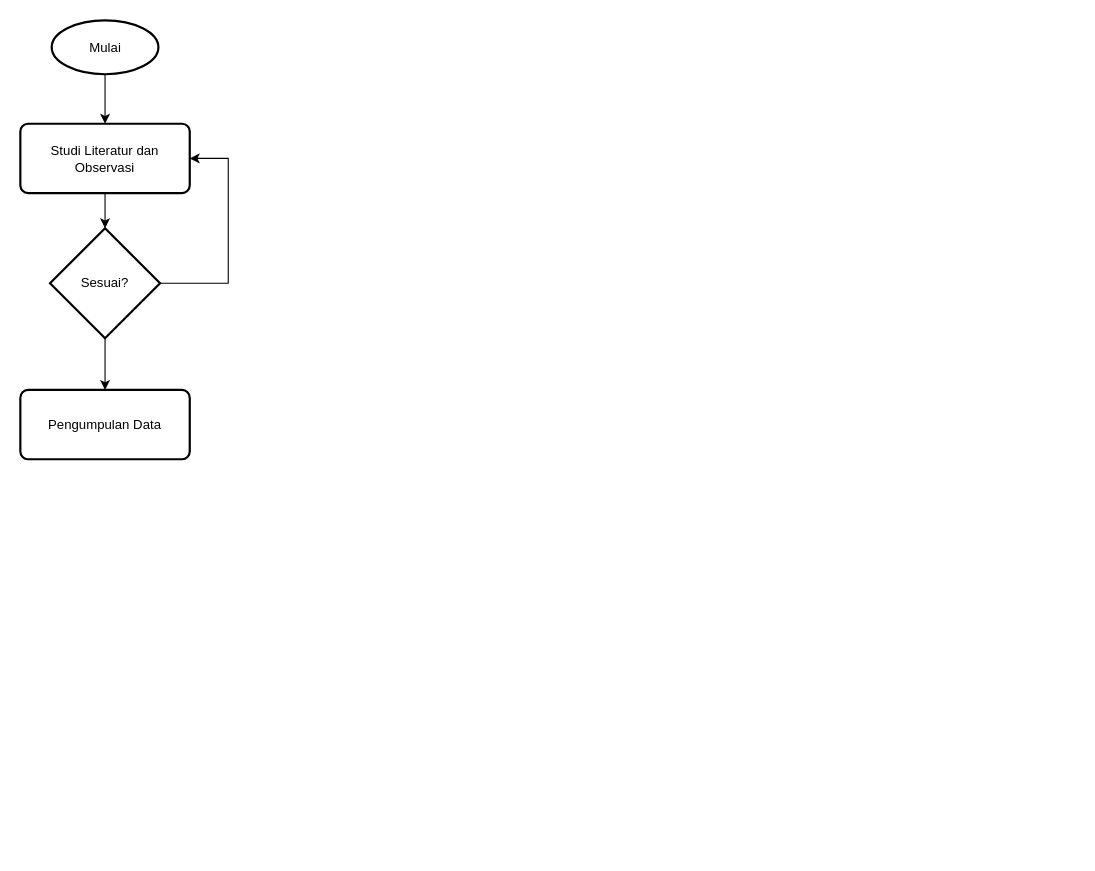
The draw.io diagram activity diagram.drawio in novrinaulia/drawio, before the edit. Source tidied: cells renumbered, new cells numbered last; positions are measured from the earlier drawing's top-left corner, leaving out a move shared by most shapes. Both pictures are drawn from the tidied source at 110%, with x=0, y=0 at pixel (20, 20).
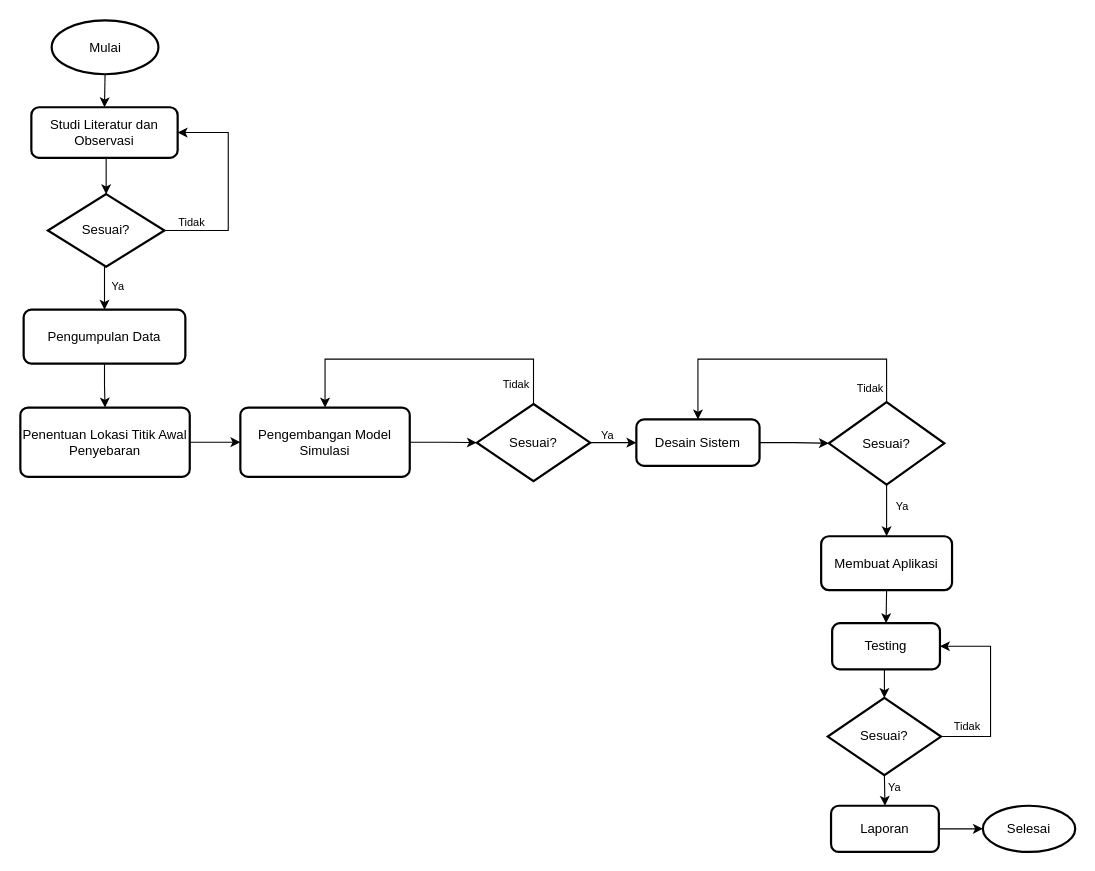
Above is the later version.

Change to the diagram source:
```diff
@@
     <mxCell id="5" value="Studi Literatur dan Observasi" style="rounded=1;whiteSpace=wrap;html=1;absoluteArcSize=1;arcSize=14;strokeWidth=2;" parent="1" vertex="1">
-      <mxGeometry y="94" width="154" height="63" as="geometry" />
+      <mxGeometry x="10" y="79" width="133" height="46" as="geometry" />
     </mxCell>
     <mxCell id="6" style="edgeStyle=orthogonalEdgeStyle;rounded=0;jettySize=auto;html=1;exitX=1;exitY=0.5;exitDx=0;exitDy=0;exitPerimeter=0;entryX=1;entryY=0.5;entryDx=0;entryDy=0;" parent="1" edge="1" source="8" target="5">
       <mxGeometry relative="1" as="geometry">
         <Array as="points">
-          <mxPoint x="189" y="239" />
-          <mxPoint x="189" y="126" />
+          <mxPoint x="189" y="191" />
+          <mxPoint x="189" y="102" />
         </Array>
       </mxGeometry>
     </mxCell>
@@
     <mxCell id="8" value="Sesuai?" style="strokeWidth=2;html=1;shape=mxgraph.flowchart.decision;whiteSpace=wrap;" parent="1" vertex="1">
-      <mxGeometry x="27" y="189" width="100" height="100" as="geometry" />
+      <mxGeometry x="25" y="158" width="106" height="66" as="geometry" />
     </mxCell>
+    <mxCell id="10" style="edgeStyle=orthogonalEdgeStyle;rounded=0;jettySize=auto;html=1;exitX=0.5;exitY=1;exitDx=0;exitDy=0;entryX=0.5;entryY=0;entryDx=0;entryDy=0;" parent="1" edge="1" source="9" target="12">
+      <mxGeometry relative="1" as="geometry" />
+    </mxCell>
     <mxCell id="9" value="Pengumpulan Data" style="rounded=1;whiteSpace=wrap;html=1;absoluteArcSize=1;arcSize=14;strokeWidth=2;" parent="1" vertex="1">
-      <mxGeometry y="336" width="154" height="63" as="geometry" />
+      <mxGeometry x="3" y="263" width="147" height="49" as="geometry" />
     </mxCell>
+    <mxCell id="11" style="edgeStyle=orthogonalEdgeStyle;rounded=0;jettySize=auto;html=1;exitX=1;exitY=0.5;exitDx=0;exitDy=0;entryX=0;entryY=0.5;entryDx=0;entryDy=0;" parent="1" edge="1" source="12" target="14">
+      <mxGeometry relative="1" as="geometry" />
+    </mxCell>
+    <mxCell id="12" value="Penentuan Lokasi Titik Awal Penyebaran" style="rounded=1;whiteSpace=wrap;html=1;absoluteArcSize=1;arcSize=14;strokeWidth=2;" parent="1" vertex="1">
+      <mxGeometry y="352" width="154" height="63" as="geometry" />
+    </mxCell>
+    <mxCell id="13" style="edgeStyle=orthogonalEdgeStyle;rounded=0;jettySize=auto;html=1;exitX=1;exitY=0.5;exitDx=0;exitDy=0;entryX=0;entryY=0.5;entryDx=0;entryDy=0;entryPerimeter=0;" parent="1" edge="1" source="14" target="17">
+      <mxGeometry relative="1" as="geometry" />
+    </mxCell>
+    <mxCell id="14" value="Pengembangan Model Simulasi" style="rounded=1;whiteSpace=wrap;html=1;absoluteArcSize=1;arcSize=14;strokeWidth=2;" parent="1" vertex="1">
+      <mxGeometry x="200" y="352" width="154" height="63" as="geometry" />
+    </mxCell>
+    <mxCell id="15" style="edgeStyle=orthogonalEdgeStyle;rounded=0;jettySize=auto;html=1;exitX=1;exitY=0.5;exitDx=0;exitDy=0;exitPerimeter=0;entryX=0;entryY=0.5;entryDx=0;entryDy=0;" parent="1" edge="1" source="17" target="19">
+      <mxGeometry relative="1" as="geometry" />
+    </mxCell>
+    <mxCell id="16" style="edgeStyle=orthogonalEdgeStyle;rounded=0;jettySize=auto;html=1;exitX=0.5;exitY=0;exitDx=0;exitDy=0;exitPerimeter=0;entryX=0.5;entryY=0;entryDx=0;entryDy=0;" parent="1" edge="1" source="17" target="14">
+      <mxGeometry relative="1" as="geometry">
+        <Array as="points">
+          <mxPoint x="467" y="308" />
+          <mxPoint x="277" y="308" />
+        </Array>
+      </mxGeometry>
+    </mxCell>
+    <mxCell id="17" value="Sesuai?" style="strokeWidth=2;html=1;shape=mxgraph.flowchart.decision;whiteSpace=wrap;" parent="1" vertex="1">
+      <mxGeometry x="415" y="348.8" width="103" height="70.2" as="geometry" />
+    </mxCell>
+    <mxCell id="18" style="edgeStyle=orthogonalEdgeStyle;rounded=0;jettySize=auto;html=1;exitX=1;exitY=0.5;exitDx=0;exitDy=0;entryX=0;entryY=0.5;entryDx=0;entryDy=0;entryPerimeter=0;" parent="1" edge="1" source="19" target="22">
+      <mxGeometry relative="1" as="geometry" />
+    </mxCell>
+    <mxCell id="19" value="Desain Sistem" style="rounded=1;whiteSpace=wrap;html=1;absoluteArcSize=1;arcSize=14;strokeWidth=2;" parent="1" vertex="1">
+      <mxGeometry x="560" y="362.8" width="112" height="42.2" as="geometry" />
+    </mxCell>
+    <mxCell id="20" style="edgeStyle=orthogonalEdgeStyle;rounded=0;jettySize=auto;html=1;exitX=0.5;exitY=1;exitDx=0;exitDy=0;exitPerimeter=0;entryX=0.5;entryY=0;entryDx=0;entryDy=0;" parent="1" edge="1" source="22" target="24">
+      <mxGeometry relative="1" as="geometry" />
+    </mxCell>
+    <mxCell id="21" style="edgeStyle=orthogonalEdgeStyle;rounded=0;jettySize=auto;html=1;exitX=0.5;exitY=0;exitDx=0;exitDy=0;exitPerimeter=0;entryX=0.5;entryY=0;entryDx=0;entryDy=0;" parent="1" edge="1" source="22" target="19">
+      <mxGeometry relative="1" as="geometry">
+        <Array as="points">
+          <mxPoint x="788" y="308" />
+          <mxPoint x="616" y="308" />
+        </Array>
+      </mxGeometry>
+    </mxCell>
+    <mxCell id="22" value="Sesuai?" style="strokeWidth=2;html=1;shape=mxgraph.flowchart.decision;whiteSpace=wrap;" parent="1" vertex="1">
+      <mxGeometry x="735" y="347" width="105" height="75" as="geometry" />
+    </mxCell>
+    <mxCell id="23" style="edgeStyle=orthogonalEdgeStyle;rounded=0;jettySize=auto;html=1;exitX=0.5;exitY=1;exitDx=0;exitDy=0;entryX=0.5;entryY=0;entryDx=0;entryDy=0;" parent="1" edge="1" source="24" target="26">
+      <mxGeometry relative="1" as="geometry" />
+    </mxCell>
+    <mxCell id="24" value="Membuat Aplikasi" style="rounded=1;whiteSpace=wrap;html=1;absoluteArcSize=1;arcSize=14;strokeWidth=2;" parent="1" vertex="1">
+      <mxGeometry x="728" y="469" width="119" height="49" as="geometry" />
+    </mxCell>
+    <mxCell id="25" style="edgeStyle=orthogonalEdgeStyle;rounded=0;jettySize=auto;html=1;exitX=0.5;exitY=1;exitDx=0;exitDy=0;entryX=0.5;entryY=0;entryDx=0;entryDy=0;entryPerimeter=0;" parent="1" edge="1" source="26" target="29">
+      <mxGeometry relative="1" as="geometry" />
+    </mxCell>
+    <mxCell id="26" value="Testing" style="rounded=1;whiteSpace=wrap;html=1;absoluteArcSize=1;arcSize=14;strokeWidth=2;" parent="1" vertex="1">
+      <mxGeometry x="738" y="548" width="98" height="42" as="geometry" />
+    </mxCell>
+    <mxCell id="27" style="edgeStyle=orthogonalEdgeStyle;rounded=0;jettySize=auto;html=1;exitX=0.5;exitY=1;exitDx=0;exitDy=0;exitPerimeter=0;entryX=0.5;entryY=0;entryDx=0;entryDy=0;" parent="1" edge="1" source="29" target="31">
+      <mxGeometry relative="1" as="geometry" />
+    </mxCell>
+    <mxCell id="28" style="edgeStyle=orthogonalEdgeStyle;rounded=0;jettySize=auto;html=1;exitX=1;exitY=0.5;exitDx=0;exitDy=0;exitPerimeter=0;entryX=1;entryY=0.5;entryDx=0;entryDy=0;" parent="1" edge="1" source="29" target="26">
+      <mxGeometry relative="1" as="geometry">
+        <Array as="points">
+          <mxPoint x="882" y="651" />
+          <mxPoint x="882" y="569" />
+        </Array>
+      </mxGeometry>
+    </mxCell>
+    <mxCell id="29" value="Sesuai?" style="strokeWidth=2;html=1;shape=mxgraph.flowchart.decision;whiteSpace=wrap;" parent="1" vertex="1">
+      <mxGeometry x="734" y="616" width="103" height="70.2" as="geometry" />
+    </mxCell>
+    <mxCell id="30" style="edgeStyle=orthogonalEdgeStyle;rounded=0;jettySize=auto;html=1;exitX=1;exitY=0.5;exitDx=0;exitDy=0;entryX=0;entryY=0.5;entryDx=0;entryDy=0;entryPerimeter=0;" parent="1" edge="1" source="31" target="32">
+      <mxGeometry relative="1" as="geometry" />
+    </mxCell>
+    <mxCell id="31" value="Laporan" style="rounded=1;whiteSpace=wrap;html=1;absoluteArcSize=1;arcSize=14;strokeWidth=2;" parent="1" vertex="1">
+      <mxGeometry x="737" y="714" width="98" height="42" as="geometry" />
+    </mxCell>
+    <mxCell id="32" value="Selesai" style="strokeWidth=2;html=1;shape=mxgraph.flowchart.start_1;whiteSpace=wrap;" parent="1" vertex="1">
+      <mxGeometry x="875" y="714" width="84" height="42" as="geometry" />
+    </mxCell>
+    <mxCell id="33" value="Tidak" style="text;html=1;strokeColor=none;fillColor=none;align=center;verticalAlign=middle;whiteSpace=wrap;rounded=0;fontSize=10;" parent="1" vertex="1">
+      <mxGeometry x="126" y="168" width="60" height="30" as="geometry" />
+    </mxCell>
+    <mxCell id="34" value="Tidak" style="text;html=1;strokeColor=none;fillColor=none;align=center;verticalAlign=middle;whiteSpace=wrap;rounded=0;fontSize=10;" parent="1" vertex="1">
+      <mxGeometry x="421" y="316" width="60" height="30" as="geometry" />
+    </mxCell>
+    <mxCell id="35" value="Tidak" style="text;html=1;strokeColor=none;fillColor=none;align=center;verticalAlign=middle;whiteSpace=wrap;rounded=0;fontSize=10;" parent="1" vertex="1">
+      <mxGeometry x="743" y="319" width="60" height="30" as="geometry" />
+    </mxCell>
+    <mxCell id="36" value="Tidak" style="text;html=1;strokeColor=none;fillColor=none;align=center;verticalAlign=middle;whiteSpace=wrap;rounded=0;fontSize=10;" parent="1" vertex="1">
+      <mxGeometry x="831" y="627" width="60" height="30" as="geometry" />
+    </mxCell>
+    <mxCell id="37" value="Ya" style="text;html=1;strokeColor=none;fillColor=none;align=center;verticalAlign=middle;whiteSpace=wrap;rounded=0;fontSize=10;" parent="1" vertex="1">
+      <mxGeometry x="772" y="427" width="60" height="30" as="geometry" />
+    </mxCell>
+    <mxCell id="38" value="Ya" style="text;html=1;strokeColor=none;fillColor=none;align=center;verticalAlign=middle;whiteSpace=wrap;rounded=0;fontSize=10;" parent="1" vertex="1">
+      <mxGeometry x="504" y="361.8" width="60" height="30" as="geometry" />
+    </mxCell>
+    <mxCell id="39" value="Ya" style="text;html=1;strokeColor=none;fillColor=none;align=center;verticalAlign=middle;whiteSpace=wrap;rounded=0;fontSize=10;" parent="1" vertex="1">
+      <mxGeometry x="59" y="227" width="60" height="30" as="geometry" />
+    </mxCell>
+    <mxCell id="40" value="Ya" style="text;html=1;strokeColor=none;fillColor=none;align=center;verticalAlign=middle;whiteSpace=wrap;rounded=0;fontSize=10;" parent="1" vertex="1">
+      <mxGeometry x="765" y="682" width="60" height="30" as="geometry" />
+    </mxCell>
```
